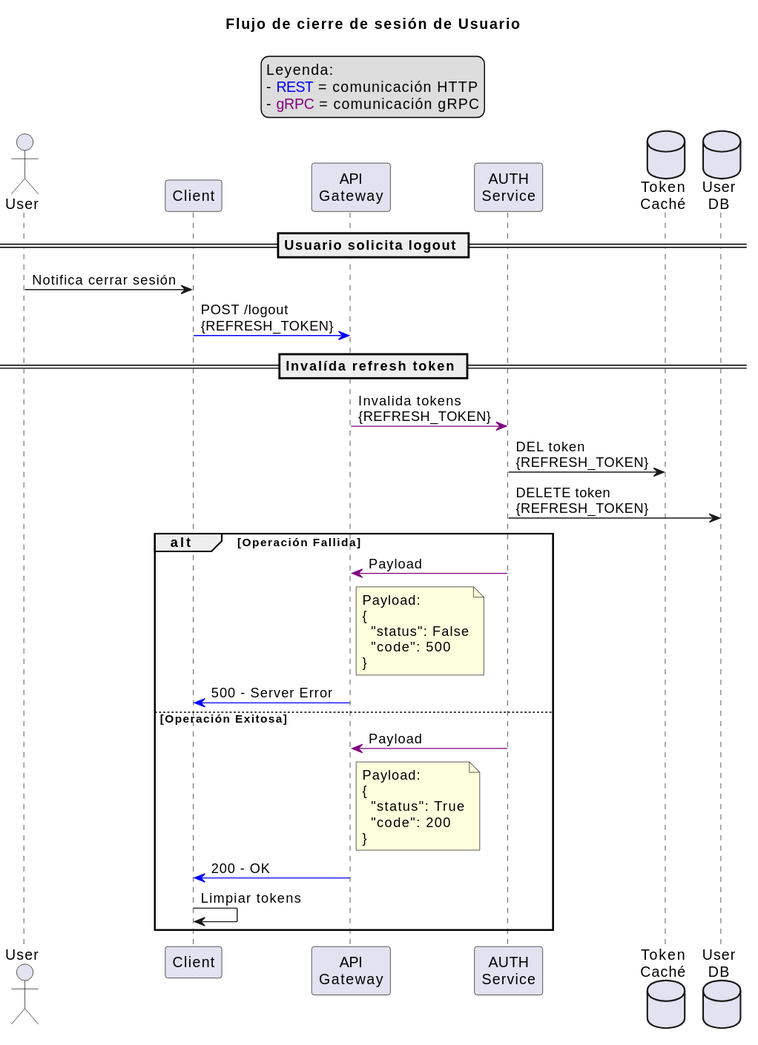
Before: diagrams/logout_flow.svg, a diagram exported from PlantUML (P4blo003/ikaros).
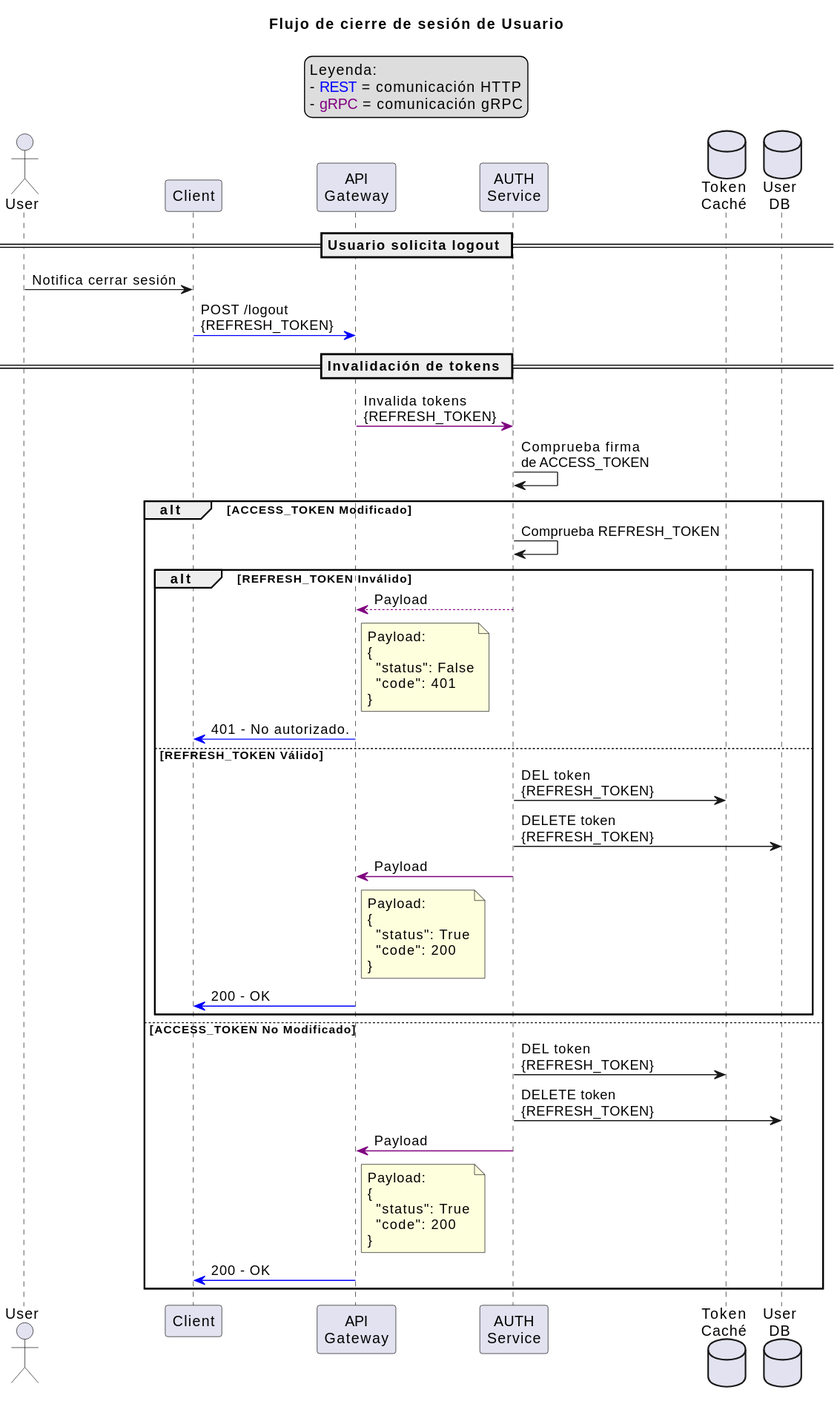
Later version of the same file.

Commit message:
docs(logout): Modificar diagrama de flujo para cerrar sesión de usuario.

Diff of the diagram source:
```diff
@@ -22,29 +22,35 @@
 client-[#blue]>gateway: POST /logout\n{REFRESH_TOKEN}
 
 
-== Invalída refresh token ==
+== Invalidación de tokens ==
 
 gateway-[#purple]>auth: Invalida tokens\n{REFRESH_TOKEN}
-auth->tokenCache: DEL token\n{REFRESH_TOKEN}
-auth->userDB: DELETE token\n{REFRESH_TOKEN}
 
-alt Operación Fallida
-  auth-[#purple]>gateway: Payload
+auth->auth: Comprueba firma\nde ACCESS_TOKEN
 
-  note right gateway
+alt ACCESS_TOKEN Modificado
+  auth->auth: Comprueba REFRESH_TOKEN
+
+  alt REFRESH_TOKEN Inválido
+    auth-[#purple]->gateway: Payload
+
+    note right gateway
     Payload:
     {
       "status": False
-      "code": 500
+      "code": 401
     }
     end note
 
-  gateway-[#blue]>client: 500 - Server Error
+    gateway-[#blue]>client: 401 - No autorizado.
 
-else Operación Exitosa
-  auth-[#purple]>gateway: Payload
+  else REFRESH_TOKEN Válido
+    auth->tokenCache: DEL token\n{REFRESH_TOKEN}
+    auth->userDB: DELETE token\n{REFRESH_TOKEN}
 
-  note right gateway
+    auth-[#purple]>gateway: Payload
+
+    note right gateway
     Payload:
     {
       "status": True
@@ -52,7 +58,25 @@
     }
     end note
 
-  gateway-[#blue]>client: 200 - OK
-  client->client: Limpiar tokens
+    gateway-[#blue]>client: 200 - OK
+
+  end
+
+else ACCESS_TOKEN No Modificado
+    auth->tokenCache: DEL token\n{REFRESH_TOKEN}
+    auth->userDB: DELETE token\n{REFRESH_TOKEN}
+
+    auth-[#purple]>gateway: Payload
+
+    note right gateway
+    Payload:
+    {
+      "status": True
+      "code": 200
+    }
+    end note
+
+    gateway-[#blue]>client: 200 - OK
+
 end
 @enduml
```
